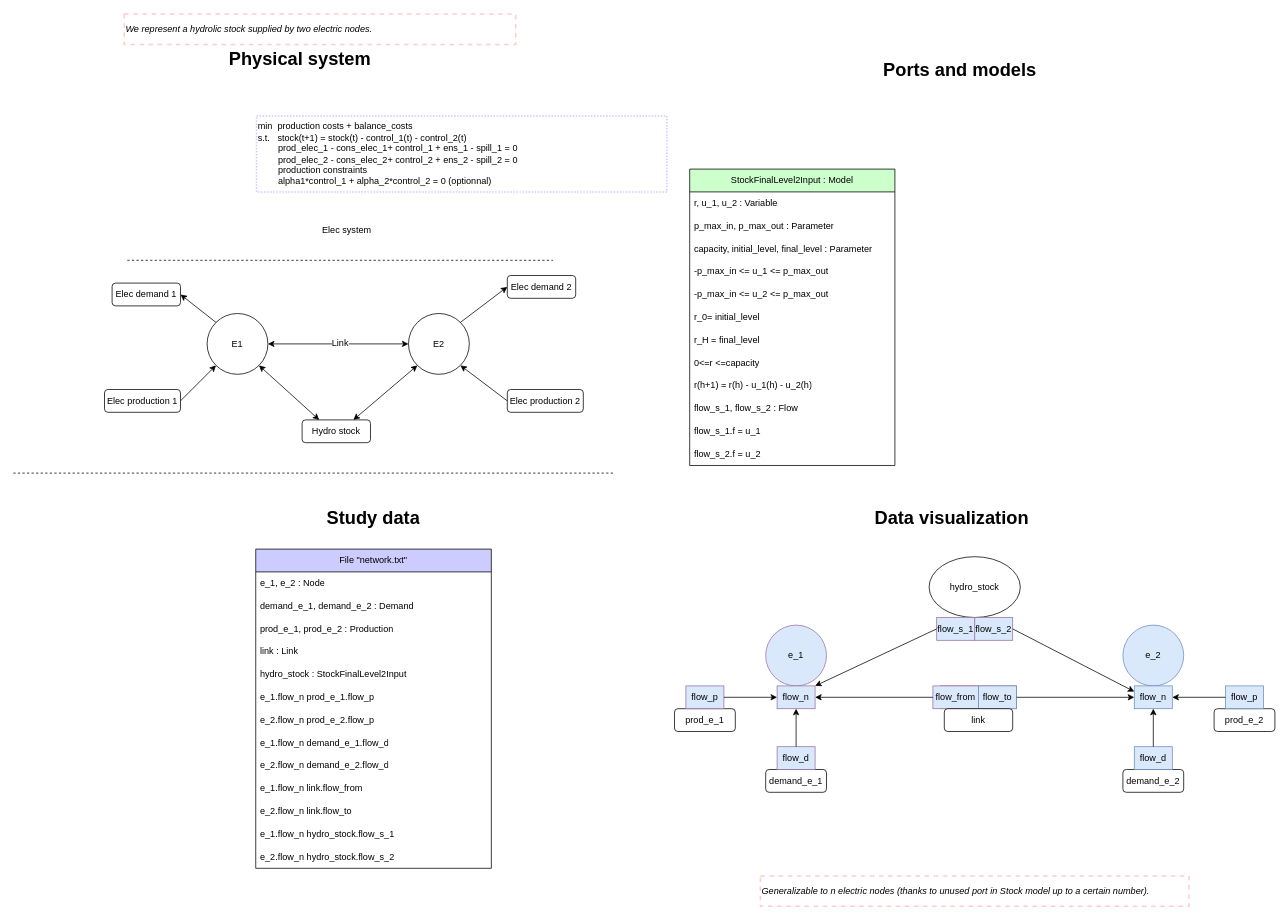
Earlier version of the draw.io diagram page "unique_model" (1 of 3) of models-design/systems/stock_hydro_2_input.drawio (AntaresSimulatorTeam/andromede-modeling-prototype). Source tidied: cells renumbered, new cells numbered last; positions are measured from the earlier drawing's top-left corner, leaving out a move shared by most shapes. Both pictures are drawn from the tidied source at 76%, with x=0, y=0 at pixel (13, 14).
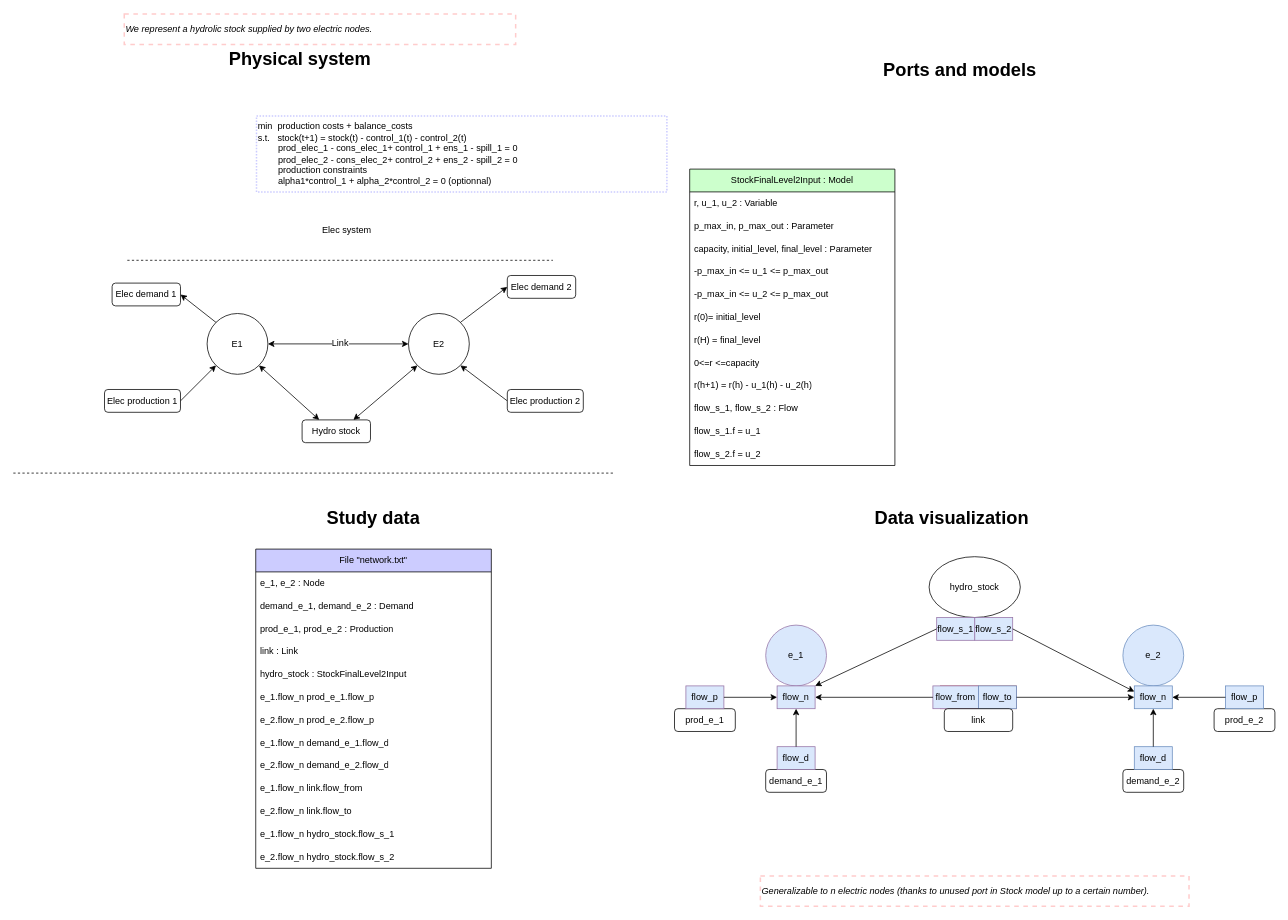
The same diagram, later.

Unchanged cells that the change refers to:
```xml
<mxCell id="62" value="StockFinalLevel2Input : Model" style="swimlane;fontStyle=0;horizontal=1;startSize=30;whiteSpace=wrap;html=1;fillColor=#CCFFCC;fontColor=#000000;" parent="1" vertex="1">
  <mxGeometry x="890" y="204" width="270" height="390" as="geometry" />
</mxCell>
```

The edit, as a diff of the source:
```diff
@@
-    <mxCell id="68" value="r_0= initial_level" style="text;strokeColor=none;fillColor=none;align=left;verticalAlign=middle;spacingLeft=4;spacingRight=4;overflow=hidden;whiteSpace=wrap;html=1;" parent="62" vertex="1">
+    <mxCell id="68" value="r(0)= initial_level" style="text;strokeColor=none;fillColor=none;align=left;verticalAlign=middle;spacingLeft=4;spacingRight=4;overflow=hidden;whiteSpace=wrap;html=1;" parent="62" vertex="1">
       <mxGeometry y="180" width="270" height="30" as="geometry" />
     </mxCell>
-    <mxCell id="69" value="r_H = final_level" style="text;strokeColor=none;fillColor=none;align=left;verticalAlign=middle;spacingLeft=4;spacingRight=4;overflow=hidden;whiteSpace=wrap;html=1;" parent="62" vertex="1">
+    <mxCell id="69" value="r(H) = final_level" style="text;strokeColor=none;fillColor=none;align=left;verticalAlign=middle;spacingLeft=4;spacingRight=4;overflow=hidden;whiteSpace=wrap;html=1;" parent="62" vertex="1">
       <mxGeometry y="210" width="270" height="30" as="geometry" />
     </mxCell>
```
